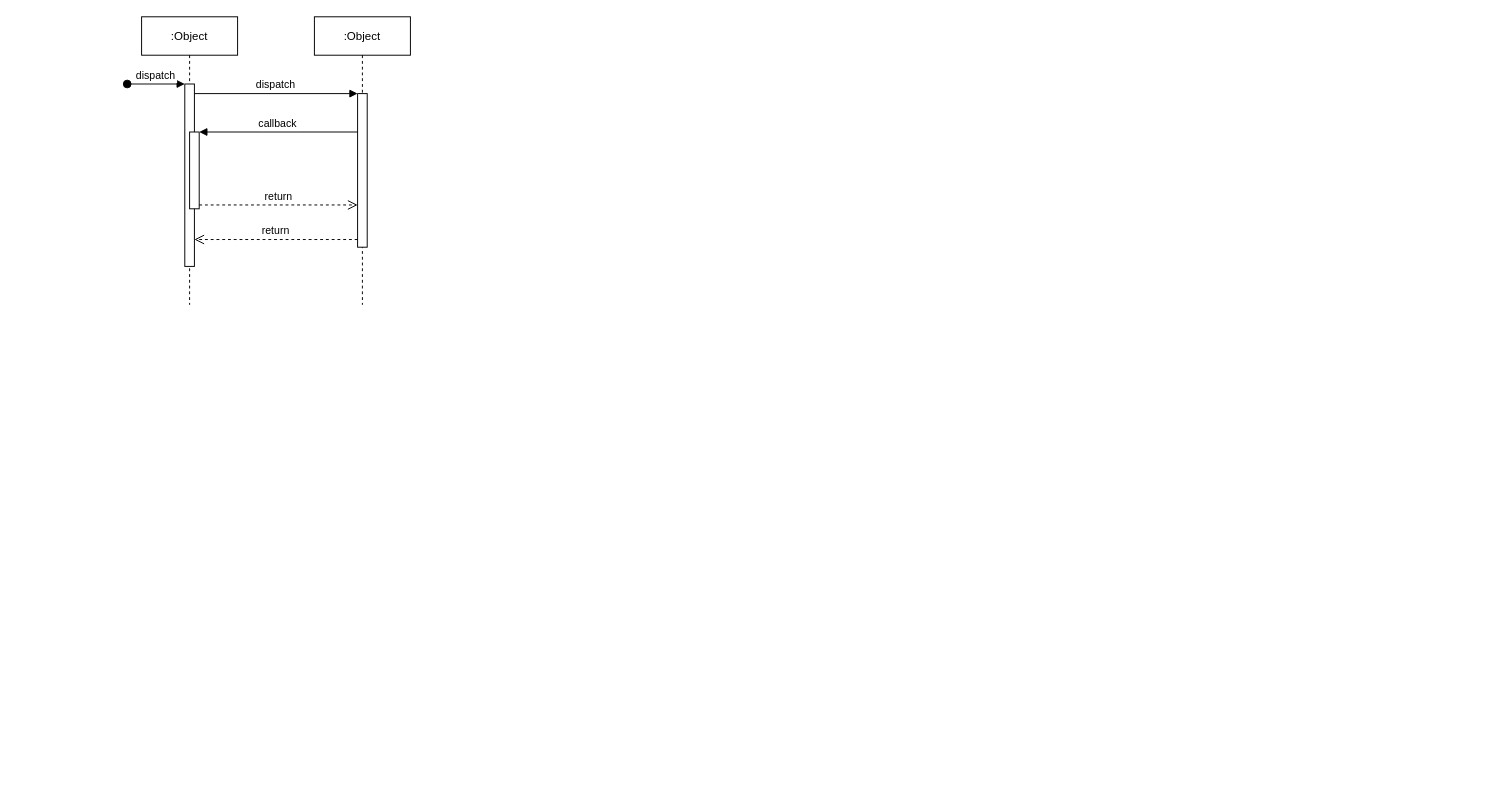
Before: eventchain.drawio in fnhecl/test, a draw.io diagram. Source tidied: cells renumbered, new cells numbered last; positions are measured from the earlier drawing's top-left corner, leaving out a move shared by most shapes. Both pictures are drawn from the tidied source at 96%, with x=0, y=0 at pixel (127, 16).
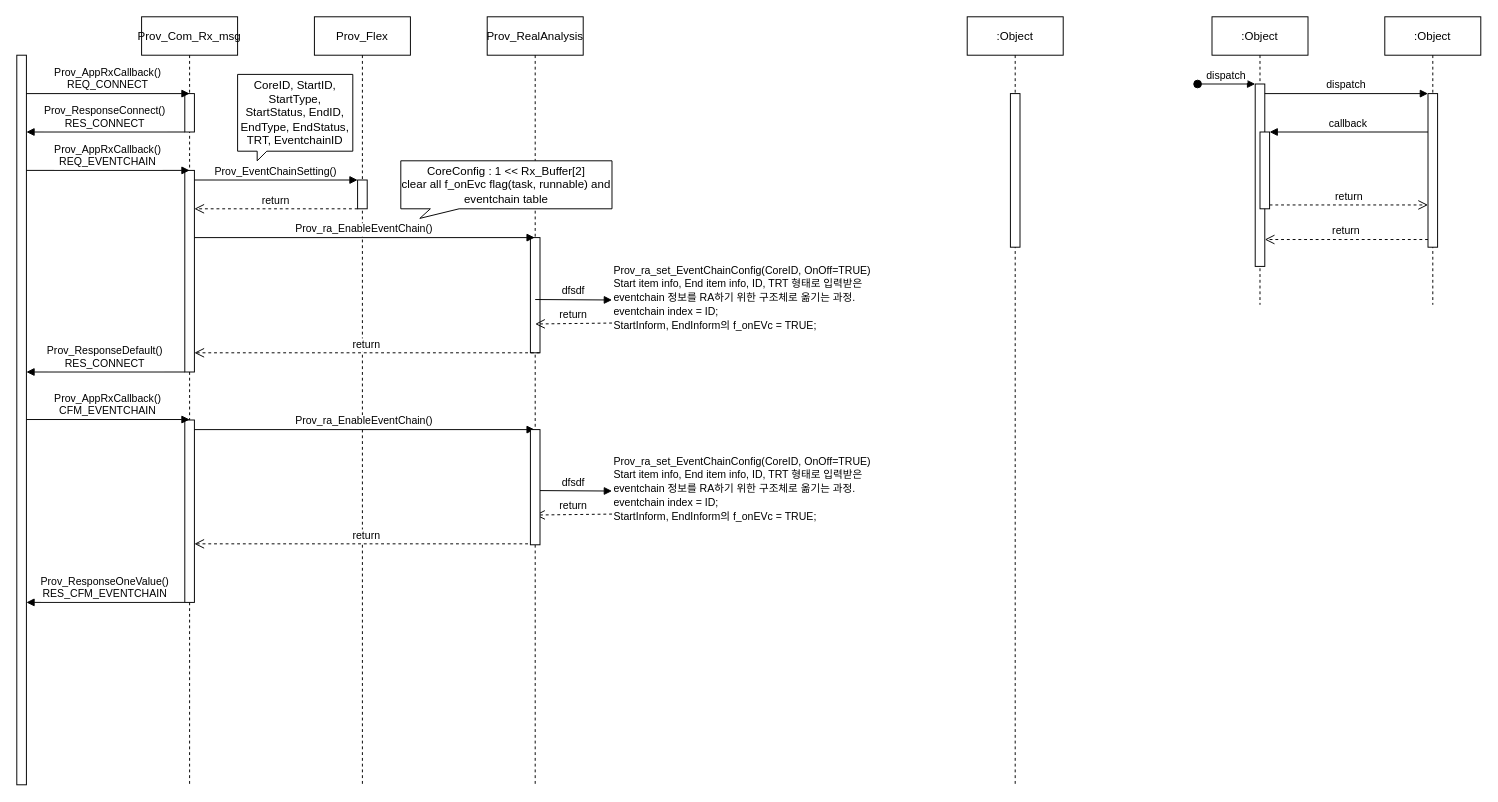
After the change.

Commit message:
RES_CFM_EVENTCHAIN 까지

Change to the diagram source:
```diff
@@
-    <mxCell id="2" value=":Object" style="shape=umlLifeline;perimeter=lifelinePerimeter;rounded=0;shadow=0;strokeWidth=1;" parent="1" vertex="1">
-      <mxGeometry x="15" width="100" height="300" as="geometry" />
+    <mxCell id="2" value="Prov_Com_Rx_msg" style="shape=umlLifeline;perimeter=lifelinePerimeter;rounded=0;shadow=0;strokeWidth=1;" parent="1" vertex="1">
+      <mxGeometry x="15" width="100" height="800" as="geometry" />
     </mxCell>
     <mxCell id="3" style="points=[];perimeter=orthogonalPerimeter;rounded=0;shadow=0;strokeWidth=1;" parent="2" vertex="1">
-      <mxGeometry x="45" y="70" width="10" height="190" as="geometry" />
+      <mxGeometry x="45" y="80" width="10" height="40" as="geometry" />
     </mxCell>
+    <mxCell id="6" value="Prov_Flex" style="shape=umlLifeline;perimeter=lifelinePerimeter;rounded=0;shadow=0;strokeWidth=1;" parent="1" vertex="1">
+      <mxGeometry x="195" width="100" height="800" as="geometry" />
+    </mxCell>
+    <mxCell id="7" style="points=[];perimeter=orthogonalPerimeter;rounded=0;shadow=0;strokeWidth=1;" parent="6" vertex="1">
+      <mxGeometry x="45" y="170" width="10" height="30" as="geometry" />
+    </mxCell>
+    <mxCell id="12" value="Prov_RealAnalysis" style="shape=umlLifeline;perimeter=lifelinePerimeter;rounded=0;shadow=0;strokeWidth=1;" parent="1" vertex="1">
+      <mxGeometry x="375" width="100" height="800" as="geometry" />
+    </mxCell>
+    <mxCell id="13" style="perimeter=orthogonalPerimeter;rounded=0;shadow=0;strokeWidth=1;" parent="12" vertex="1">
+      <mxGeometry x="45" y="230" width="10" height="120" as="geometry" />
+    </mxCell>
+    <mxCell id="14" value=":Object" style="shape=umlLifeline;perimeter=lifelinePerimeter;rounded=0;shadow=0;strokeWidth=1;" parent="1" vertex="1">
+      <mxGeometry x="875" width="100" height="800" as="geometry" />
+    </mxCell>
+    <mxCell id="15" style="perimeter=orthogonalPerimeter;rounded=0;shadow=0;strokeWidth=1;" parent="14" vertex="1">
+      <mxGeometry x="45" y="80" width="10" height="160" as="geometry" />
+    </mxCell>
+    <mxCell id="16" value=":Object" style="shape=umlLifeline;perimeter=lifelinePerimeter;rounded=0;shadow=0;strokeWidth=1;" parent="1" vertex="1">
+      <mxGeometry x="1130" width="100" height="300" as="geometry" />
+    </mxCell>
+    <mxCell id="17" style="points=[];perimeter=orthogonalPerimeter;rounded=0;shadow=0;strokeWidth=1;" parent="16" vertex="1">
+      <mxGeometry x="45" y="70" width="10" height="190" as="geometry" />
+    </mxCell>
-    <mxCell id="4" value="dispatch" style="verticalAlign=bottom;startArrow=oval;endArrow=block;startSize=8;shadow=0;strokeWidth=1;" parent="2" edge="1" target="3">
+    <mxCell id="4" value="dispatch" style="verticalAlign=bottom;startArrow=oval;endArrow=block;startSize=8;shadow=0;strokeWidth=1;" parent="16" edge="1" target="17">
       <mxGeometry relative="1" as="geometry">
         <mxPoint x="-15" y="70" as="sourcePoint" />
       </mxGeometry>
     </mxCell>
-    <mxCell id="5" style="points=[];perimeter=orthogonalPerimeter;rounded=0;shadow=0;strokeWidth=1;" parent="2" vertex="1">
+    <mxCell id="5" style="points=[];perimeter=orthogonalPerimeter;rounded=0;shadow=0;strokeWidth=1;" parent="16" vertex="1">
       <mxGeometry x="50" y="120" width="10" height="80" as="geometry" />
     </mxCell>
-    <mxCell id="6" value=":Object" style="shape=umlLifeline;perimeter=lifelinePerimeter;rounded=0;shadow=0;strokeWidth=1;" parent="1" vertex="1">
-      <mxGeometry x="195" width="100" height="300" as="geometry" />
-    </mxCell>
-    <mxCell id="7" style="points=[];perimeter=orthogonalPerimeter;rounded=0;shadow=0;strokeWidth=1;" parent="6" vertex="1">
-      <mxGeometry x="45" y="80" width="10" height="160" as="geometry" />
-    </mxCell>
-    <mxCell id="8" value="return" style="verticalAlign=bottom;endArrow=open;dashed=1;endSize=8;exitX=0;exitY=0.95;shadow=0;strokeWidth=1;" parent="1" edge="1" source="7" target="3">
-      <mxGeometry relative="1" as="geometry" />
-    </mxCell>
+    <mxCell id="18" value=":Object" style="shape=umlLifeline;perimeter=lifelinePerimeter;rounded=0;shadow=0;strokeWidth=1;" parent="1" vertex="1">
+      <mxGeometry x="1310" width="100" height="300" as="geometry" />
+    </mxCell>
+    <mxCell id="19" style="points=[];perimeter=orthogonalPerimeter;rounded=0;shadow=0;strokeWidth=1;" parent="18" vertex="1">
+      <mxGeometry x="45" y="80" width="10" height="160" as="geometry" />
+    </mxCell>
+    <mxCell id="20" value="return" style="verticalAlign=bottom;endArrow=open;dashed=1;endSize=8;exitX=0;exitY=0.95;shadow=0;strokeWidth=1;" parent="1" edge="1" source="19" target="17">
+      <mxGeometry relative="1" as="geometry" />
+    </mxCell>
-    <mxCell id="9" value="dispatch" style="verticalAlign=bottom;endArrow=block;entryX=0;entryY=0;shadow=0;strokeWidth=1;" parent="1" edge="1" source="3" target="7">
+    <mxCell id="9" value="dispatch" style="verticalAlign=bottom;endArrow=block;entryX=0;entryY=0;shadow=0;strokeWidth=1;" parent="1" edge="1" source="17" target="19">
       <mxGeometry relative="1" as="geometry" />
     </mxCell>
-    <mxCell id="10" value="callback" style="verticalAlign=bottom;endArrow=block;entryX=1;entryY=0;shadow=0;strokeWidth=1;" parent="1" edge="1" source="7" target="5">
+    <mxCell id="10" value="callback" style="verticalAlign=bottom;endArrow=block;entryX=1;entryY=0;shadow=0;strokeWidth=1;" parent="1" edge="1" source="19" target="5">
       <mxGeometry relative="1" as="geometry" />
     </mxCell>
-    <mxCell id="11" value="return" style="verticalAlign=bottom;endArrow=open;dashed=1;endSize=8;exitX=1;exitY=0.95;shadow=0;strokeWidth=1;" parent="1" edge="1" source="5" target="7">
+    <mxCell id="11" value="return" style="verticalAlign=bottom;endArrow=open;dashed=1;endSize=8;exitX=1;exitY=0.95;shadow=0;strokeWidth=1;" parent="1" edge="1" source="5" target="19">
       <mxGeometry relative="1" as="geometry" />
     </mxCell>
+    <mxCell id="21" style="perimeter=orthogonalPerimeter;rounded=0;shadow=0;strokeWidth=1;" parent="1" vertex="1">
+      <mxGeometry x="-115" y="40" width="10" height="760" as="geometry" />
+    </mxCell>
+    <mxCell id="22" value="Prov_AppRxCallback()&#10;REQ_CONNECT" style="verticalAlign=bottom;endArrow=block;entryX=0;entryY=0;shadow=0;strokeWidth=1;" parent="1" edge="1">
+      <mxGeometry relative="1" as="geometry">
+        <mxPoint x="-105" y="80" as="sourcePoint" />
+        <mxPoint x="65" y="80" as="targetPoint" />
+      </mxGeometry>
+    </mxCell>
+    <mxCell id="23" value="Prov_ResponseConnect()&#10;RES_CONNECT" style="verticalAlign=bottom;endArrow=block;entryX=1;entryY=0;shadow=0;strokeWidth=1;" parent="1" edge="1">
+      <mxGeometry relative="1" as="geometry">
+        <mxPoint x="60" y="120" as="sourcePoint" />
+        <mxPoint x="-105" y="120" as="targetPoint" />
+      </mxGeometry>
+    </mxCell>
+    <mxCell id="24" style="perimeter=orthogonalPerimeter;rounded=0;shadow=0;strokeWidth=1;" parent="1" vertex="1">
+      <mxGeometry x="60" y="160" width="10" height="210" as="geometry" />
+    </mxCell>
+    <mxCell id="25" value="Prov_AppRxCallback()&#10;REQ_EVENTCHAIN" style="verticalAlign=bottom;endArrow=block;entryX=0;entryY=0;shadow=0;strokeWidth=1;" parent="1" edge="1">
+      <mxGeometry relative="1" as="geometry">
+        <mxPoint x="-105" y="160" as="sourcePoint" />
+        <mxPoint x="65" y="160" as="targetPoint" />
+      </mxGeometry>
+    </mxCell>
+    <mxCell id="26" value="Prov_EventChainSetting()" style="verticalAlign=bottom;endArrow=block;entryX=0;entryY=0;shadow=0;strokeWidth=1;" parent="1" edge="1">
+      <mxGeometry relative="1" as="geometry">
+        <mxPoint x="70" y="170" as="sourcePoint" />
+        <mxPoint x="240" y="170" as="targetPoint" />
+      </mxGeometry>
+    </mxCell>
+    <mxCell id="27" value="CoreID, StartID, StartType, StartStatus, EndID, EndType, EndStatus, TRT, EventchainID" style="shape=callout;whiteSpace=wrap;html=1;perimeter=calloutPerimeter;position2=0.17;size=10;position=0.17;base=10;" parent="1" vertex="1">
+      <mxGeometry x="115" y="60" width="120" height="90" as="geometry" />
+    </mxCell>
+    <mxCell id="28" value="Prov_ResponseDefault()&#10;RES_CONNECT" style="verticalAlign=bottom;endArrow=block;entryX=1;entryY=0;shadow=0;strokeWidth=1;" parent="1" edge="1">
+      <mxGeometry relative="1" as="geometry">
+        <mxPoint x="60" y="370" as="sourcePoint" />
+        <mxPoint x="-105" y="370" as="targetPoint" />
+      </mxGeometry>
+    </mxCell>
+    <mxCell id="29" value="return" style="verticalAlign=bottom;endArrow=open;dashed=1;endSize=8;exitX=0;exitY=0.95;shadow=0;strokeWidth=1;" parent="1" edge="1">
+      <mxGeometry relative="1" as="geometry">
+        <mxPoint x="240" y="200" as="sourcePoint" />
+        <mxPoint x="70" y="200" as="targetPoint" />
+      </mxGeometry>
+    </mxCell>
+    <mxCell id="30" value="Prov_ra_EnableEventChain()" style="verticalAlign=bottom;endArrow=block;shadow=0;strokeWidth=1;" parent="1" edge="1" target="12">
+      <mxGeometry relative="1" as="geometry">
+        <mxPoint x="70" y="230" as="sourcePoint" />
+      </mxGeometry>
+    </mxCell>
+    <mxCell id="31" value="CoreConfig :&amp;nbsp;1 &amp;lt;&amp;lt; Rx_Buffer[2]&lt;br&gt;clear all f_onEvc flag(task, runnable) and eventchain table" style="shape=callout;whiteSpace=wrap;html=1;perimeter=calloutPerimeter;position2=0.09;size=10;position=0.14;base=30;direction=east;" parent="1" vertex="1">
+      <mxGeometry x="285" y="150" width="220" height="60" as="geometry" />
+    </mxCell>
+    <mxCell id="32" value="return" style="verticalAlign=bottom;endArrow=open;dashed=1;endSize=8;shadow=0;strokeWidth=1;" parent="1" edge="1">
+      <mxGeometry relative="1" as="geometry">
+        <mxPoint x="429.5" y="350" as="sourcePoint" />
+        <mxPoint x="70" y="350" as="targetPoint" />
+      </mxGeometry>
+    </mxCell>
+    <mxCell id="33" value="&lt;span style=&quot;color: rgb(0 , 0 , 0) ; font-family: &amp;#34;helvetica&amp;#34; ; font-size: 11px ; font-style: normal ; font-weight: 400 ; letter-spacing: normal ; text-align: center ; text-indent: 0px ; text-transform: none ; word-spacing: 0px ; background-color: rgb(255 , 255 , 255) ; display: inline ; float: none&quot;&gt;Prov_ra_set_EventChainConfig(CoreID, OnOff=TRUE)&lt;br&gt;Start item info, End item info, ID, TRT 형태로 입력받은 eventchain 정보를 RA하기 위한 구조체로 옮기는 과정.&lt;br&gt;eventchain index = ID;&lt;br&gt;StartInform, EndInform의 f_onEVc = TRUE;&lt;br&gt;&lt;/span&gt;" style="text;whiteSpace=wrap;html=1;" parent="1" vertex="1">
+      <mxGeometry x="505" y="250" width="310" height="80" as="geometry" />
+    </mxCell>
+    <mxCell id="34" value="dfsdf" style="verticalAlign=bottom;endArrow=block;shadow=0;strokeWidth=1;" parent="1" edge="1">
+      <mxGeometry relative="1" as="geometry">
+        <mxPoint x="425" y="294.5" as="sourcePoint" />
+        <mxPoint x="505" y="295" as="targetPoint" />
+      </mxGeometry>
+    </mxCell>
+    <mxCell id="35" value="return" style="verticalAlign=bottom;endArrow=open;dashed=1;endSize=8;shadow=0;strokeWidth=1;" parent="1" edge="1">
+      <mxGeometry relative="1" as="geometry">
+        <mxPoint x="505" y="319" as="sourcePoint" />
+        <mxPoint x="425" y="320" as="targetPoint" />
+      </mxGeometry>
+    </mxCell>
+    <mxCell id="36" style="perimeter=orthogonalPerimeter;rounded=0;shadow=0;strokeWidth=1;" parent="1" vertex="1">
+      <mxGeometry x="60" y="420" width="10" height="190" as="geometry" />
+    </mxCell>
+    <mxCell id="37" value="Prov_AppRxCallback()&#10;CFM_EVENTCHAIN" style="verticalAlign=bottom;endArrow=block;entryX=0;entryY=0;shadow=0;strokeWidth=1;" parent="1" edge="1">
+      <mxGeometry relative="1" as="geometry">
+        <mxPoint x="-105" y="419.5" as="sourcePoint" />
+        <mxPoint x="65" y="419.5" as="targetPoint" />
+      </mxGeometry>
+    </mxCell>
+    <mxCell id="38" value="Prov_ResponseOneValue()&#10;RES_CFM_EVENTCHAIN" style="verticalAlign=bottom;endArrow=block;entryX=1;entryY=0;shadow=0;strokeWidth=1;" parent="1" edge="1">
+      <mxGeometry relative="1" as="geometry">
+        <mxPoint x="60" y="610" as="sourcePoint" />
+        <mxPoint x="-105" y="610" as="targetPoint" />
+      </mxGeometry>
+    </mxCell>
+    <mxCell id="39" value="Prov_ra_EnableEventChain()" style="verticalAlign=bottom;endArrow=block;shadow=0;strokeWidth=1;" parent="1" edge="1">
+      <mxGeometry relative="1" as="geometry">
+        <mxPoint x="70" y="430" as="sourcePoint" />
+        <mxPoint x="424.5" y="430" as="targetPoint" />
+      </mxGeometry>
+    </mxCell>
+    <mxCell id="40" value="return" style="verticalAlign=bottom;endArrow=open;dashed=1;endSize=8;shadow=0;strokeWidth=1;" parent="1" edge="1">
+      <mxGeometry relative="1" as="geometry">
+        <mxPoint x="429.5" y="549" as="sourcePoint" />
+        <mxPoint x="70" y="549" as="targetPoint" />
+      </mxGeometry>
+    </mxCell>
+    <mxCell id="41" value="dfsdf" style="verticalAlign=bottom;endArrow=block;shadow=0;strokeWidth=1;" parent="1" edge="1">
+      <mxGeometry relative="1" as="geometry">
+        <mxPoint x="425" y="493.5" as="sourcePoint" />
+        <mxPoint x="505" y="494" as="targetPoint" />
+      </mxGeometry>
+    </mxCell>
+    <mxCell id="42" value="return" style="verticalAlign=bottom;endArrow=open;dashed=1;endSize=8;shadow=0;strokeWidth=1;" parent="1" edge="1">
+      <mxGeometry relative="1" as="geometry">
+        <mxPoint x="505" y="518" as="sourcePoint" />
+        <mxPoint x="425" y="519" as="targetPoint" />
+      </mxGeometry>
+    </mxCell>
+    <mxCell id="43" value="&lt;span style=&quot;color: rgb(0 , 0 , 0) ; font-family: &amp;#34;helvetica&amp;#34; ; font-size: 11px ; font-style: normal ; font-weight: 400 ; letter-spacing: normal ; text-align: center ; text-indent: 0px ; text-transform: none ; word-spacing: 0px ; background-color: rgb(255 , 255 , 255) ; display: inline ; float: none&quot;&gt;Prov_ra_set_EventChainConfig(CoreID, OnOff=TRUE)&lt;br&gt;Start item info, End item info, ID, TRT 형태로 입력받은 eventchain 정보를 RA하기 위한 구조체로 옮기는 과정.&lt;br&gt;eventchain index = ID;&lt;br&gt;StartInform, EndInform의 f_onEVc = TRUE;&lt;br&gt;&lt;/span&gt;" style="text;whiteSpace=wrap;html=1;" parent="1" vertex="1">
+      <mxGeometry x="505" y="449" width="310" height="80" as="geometry" />
+    </mxCell>
+    <mxCell id="44" style="perimeter=orthogonalPerimeter;rounded=0;shadow=0;strokeWidth=1;" parent="1" vertex="1">
+      <mxGeometry x="420" y="430" width="10" height="120" as="geometry" />
+    </mxCell>
```
